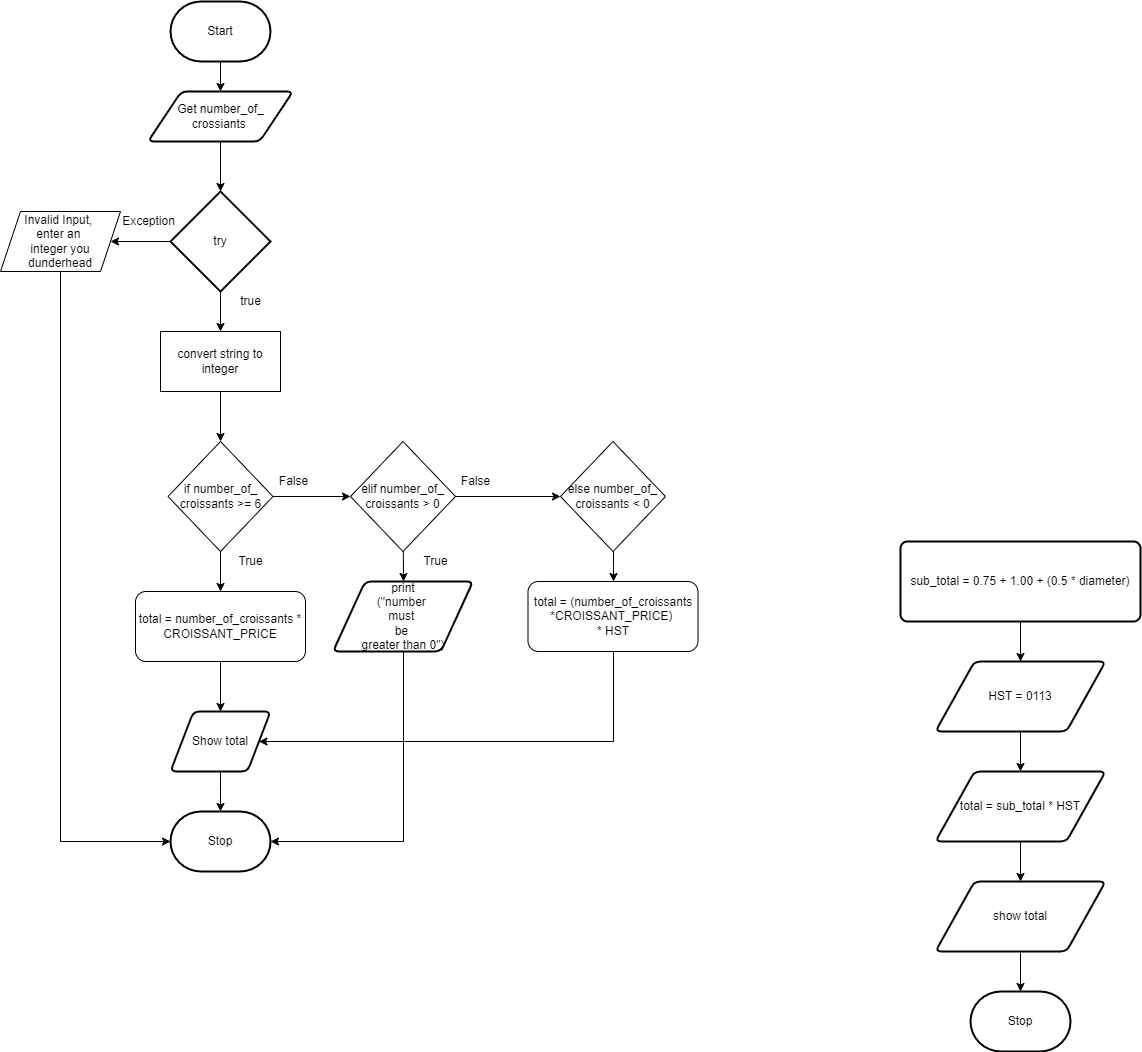
Before: flowchart.png, a diagram exported from draw.io (Huzaifa-Khalid-2/ICS3U-Assigment4-Python). Source tidied: cells renumbered, new cells last; positions are measured from the earlier drawing's top-left corner, leaving out a move shared by most shapes.
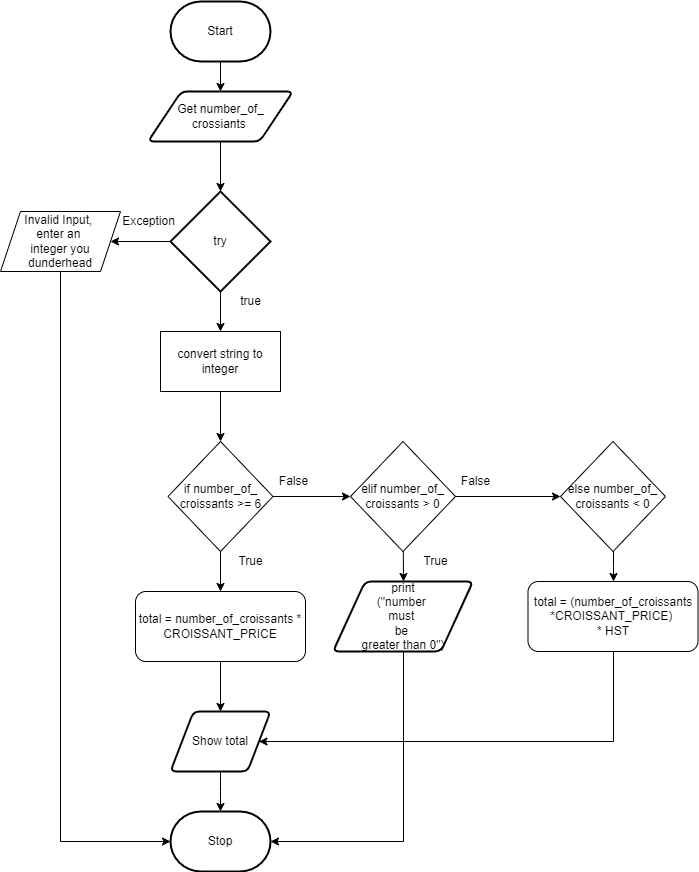
After the change.

The edit, as a diff of the source:
```diff
@@ -8,33 +8,6 @@
     <mxCell id="3" value="Start" style="strokeWidth=2;html=1;shape=mxgraph.flowchart.terminator;whiteSpace=wrap;" parent="1" vertex="1">
       <mxGeometry x="170" width="100" height="60" as="geometry" />
     </mxCell>
-    <mxCell id="4" style="edgeStyle=none;html=1;entryX=0.5;entryY=0;entryDx=0;entryDy=0;" parent="1" edge="1" source="5" target="7">
-      <mxGeometry relative="1" as="geometry" />
-    </mxCell>
-    <mxCell id="5" value="sub_total = 0.75 + 1.00 + (0.5 * diameter)" style="rounded=1;whiteSpace=wrap;html=1;absoluteArcSize=1;arcSize=14;strokeWidth=2;" parent="1" vertex="1">
-      <mxGeometry x="900" y="540" width="240" height="80" as="geometry" />
-    </mxCell>
-    <mxCell id="6" style="edgeStyle=none;html=1;entryX=0.5;entryY=0;entryDx=0;entryDy=0;" parent="1" edge="1" source="7" target="9">
-      <mxGeometry relative="1" as="geometry" />
-    </mxCell>
-    <mxCell id="7" value="HST = 0113" style="shape=parallelogram;html=1;strokeWidth=2;perimeter=parallelogramPerimeter;whiteSpace=wrap;rounded=1;arcSize=12;size=0.23;" parent="1" vertex="1">
-      <mxGeometry x="935" y="660" width="170" height="70" as="geometry" />
-    </mxCell>
-    <mxCell id="8" style="edgeStyle=none;html=1;" parent="1" edge="1" source="9" target="11">
-      <mxGeometry relative="1" as="geometry" />
-    </mxCell>
-    <mxCell id="9" value="total = sub_total * HST" style="shape=parallelogram;html=1;strokeWidth=2;perimeter=parallelogramPerimeter;whiteSpace=wrap;rounded=1;arcSize=12;size=0.23;" parent="1" vertex="1">
-      <mxGeometry x="935" y="770" width="170" height="70" as="geometry" />
-    </mxCell>
-    <mxCell id="10" style="edgeStyle=none;html=1;" parent="1" edge="1" source="11" target="12">
-      <mxGeometry relative="1" as="geometry" />
-    </mxCell>
-    <mxCell id="11" value="show total" style="shape=parallelogram;html=1;strokeWidth=2;perimeter=parallelogramPerimeter;whiteSpace=wrap;rounded=1;arcSize=12;size=0.23;" parent="1" vertex="1">
-      <mxGeometry x="935" y="880" width="170" height="70" as="geometry" />
-    </mxCell>
-    <mxCell id="12" value="Stop" style="strokeWidth=2;html=1;shape=mxgraph.flowchart.terminator;whiteSpace=wrap;" parent="1" vertex="1">
-      <mxGeometry x="970" y="990" width="100" height="60" as="geometry" />
-    </mxCell>
     <mxCell id="13" value="Get number_of_&lt;br&gt;crossiants&amp;nbsp;" style="shape=parallelogram;html=1;strokeWidth=2;perimeter=parallelogramPerimeter;whiteSpace=wrap;rounded=1;arcSize=12;size=0.23;" parent="1" vertex="1">
       <mxGeometry x="147.5" y="90" width="145" height="50" as="geometry" />
     </mxCell>
```
